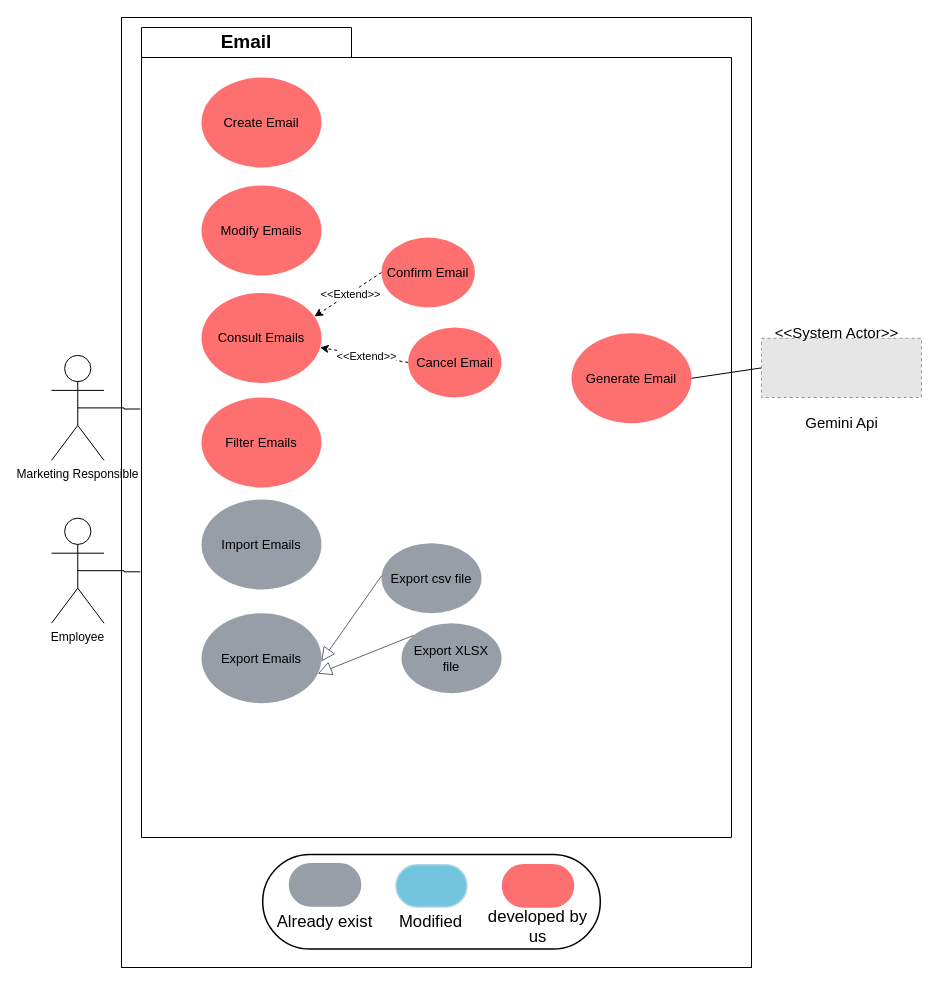
oarouay/CV keeps this draw.io diagram as Socialmedia.drawio. Above is the earlier version. Source tidied: cells renumbered, new cells numbered last; positions are measured from the earlier drawing's top-left corner, leaving out a move shared by most shapes. Both pictures are drawn from the tidied source at 100%, with x=0, y=0 at pixel (51, 17). Pictures stored in the file or linked from it are replaced by grey dashed boxes.
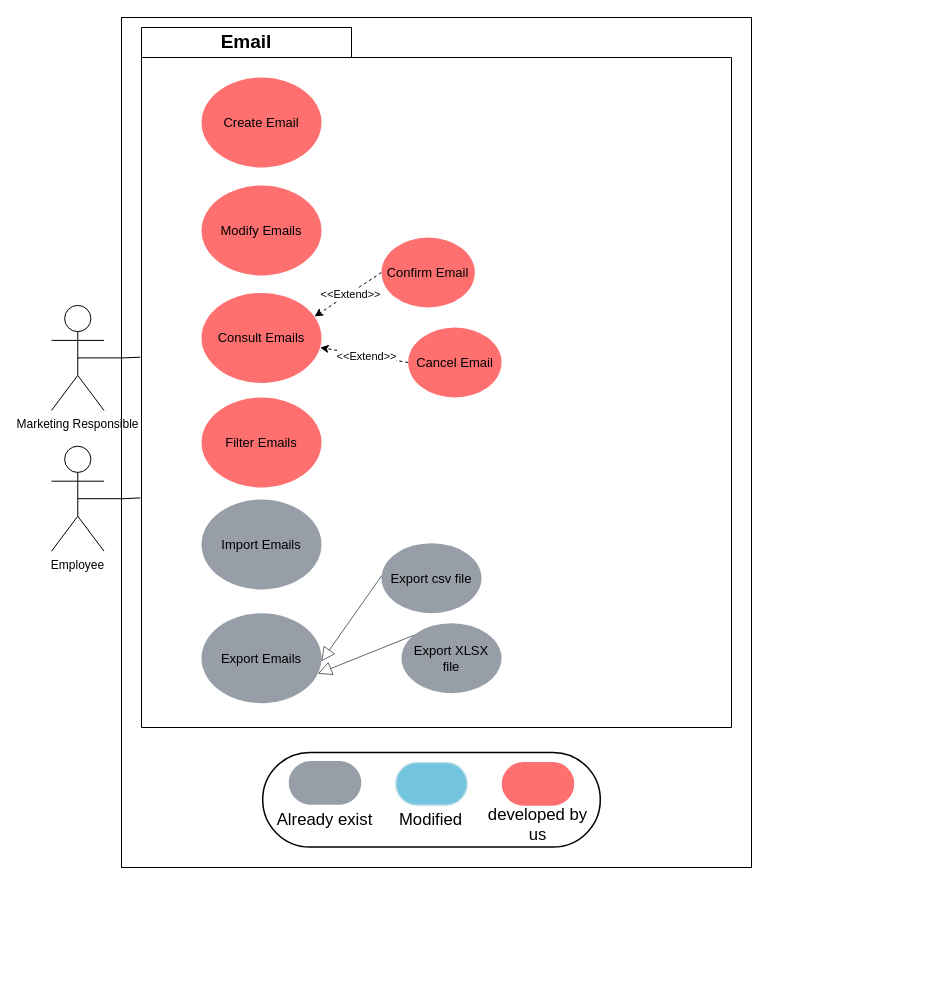
After the change.

The edit, as a diff of the source:
```diff
@@
     <mxCell id="2" style="rounded=0;whiteSpace=wrap;html=1;" parent="1" vertex="1">
-      <mxGeometry x="70" width="630" height="950" as="geometry" />
+      <mxGeometry x="70" width="630" height="850" as="geometry" />
     </mxCell>
     <mxCell id="3" value="Email" style="shape=folder;fontStyle=1;tabWidth=210;tabHeight=30;tabPosition=left;html=1;boundedLbl=1;labelInHeader=1;whiteSpace=wrap;fontSize=19;" parent="1" vertex="1">
-      <mxGeometry x="90" y="10" width="590" height="810" as="geometry" />
+      <mxGeometry x="90" y="10" width="590" height="700" as="geometry" />
     </mxCell>
     <mxCell id="4" value="Marketing Responsible" style="shape=umlActor;verticalLabelPosition=bottom;verticalAlign=top;html=1;outlineConnect=0;" parent="1" vertex="1">
-      <mxGeometry y="337.9" width="52.5" height="105" as="geometry" />
+      <mxGeometry y="287.9" width="52.5" height="105" as="geometry" />
     </mxCell>
@@
     <mxCell id="7" style="html=1;overflow=block;blockSpacing=1;whiteSpace=wrap;fontSize=16.7;fontColor=default;spacing=3.8;strokeOpacity=100;fillOpacity=100;rounded=1;absoluteArcSize=1;arcSize=162;fillColor=#ffffff;strokeWidth=1.5;lucidId=qHtdmG4HjMHo;" parent="1" vertex="1">
-      <mxGeometry x="211.2" y="837" width="337.6" height="94.5" as="geometry" />
+      <mxGeometry x="211.2" y="735" width="337.6" height="94.5" as="geometry" />
     </mxCell>
@@
     <mxCell id="22" value="Employee" style="shape=umlActor;verticalLabelPosition=bottom;verticalAlign=top;html=1;outlineConnect=0;" parent="1" vertex="1">
-      <mxGeometry y="500.7" width="52.5" height="105" as="geometry" />
+      <mxGeometry y="428.7" width="52.5" height="105" as="geometry" />
     </mxCell>
@@
-    <mxCell id="24" value="Generate Email" style="html=1;overflow=block;blockSpacing=1;whiteSpace=wrap;ellipse;fontSize=13;spacing=3.8;strokeOpacity=0;fillOpacity=100;rounded=1;absoluteArcSize=1;arcSize=9;fillColor=#fe7070;strokeWidth=1.5;lucidId=~xIeha3OeAVz;" parent="1" vertex="1">
-      <mxGeometry x="520" y="315.8" width="120" height="90" as="geometry" />
-    </mxCell>
@@
-    <mxCell id="29" style="rounded=0;jettySize=auto;html=1;exitX=0;exitY=0.5;exitDx=0;exitDy=0;entryX=1;entryY=0.5;entryDx=0;entryDy=0;endArrow=none;startFill=0;" parent="1" edge="1" source="30" target="24">
-      <mxGeometry relative="1" as="geometry" />
-    </mxCell>
-    <mxCell id="30" style="fillColor=#E6E6E6;strokeColor=#999999;dashed=1;verticalLabelPosition=bottom;labelBackgroundColor=default;verticalAlign=top;" parent="1" vertex="1">
-      <mxGeometry x="710" y="320.8" width="160" height="59.2" as="geometry" />
-    </mxCell>
-    <mxCell id="31" value="&lt;font style=&quot;font-size: 15px;&quot;&gt;Gemini Api&lt;/font&gt;" style="text;html=1;align=center;verticalAlign=middle;strokeColor=none;fillColor=none;" parent="1" vertex="1">
-      <mxGeometry x="740" y="390" width="100" height="30" as="geometry" />
-    </mxCell>
-    <mxCell id="32" value="&lt;span style=&quot;font-size: 15px;&quot;&gt;&amp;lt;&amp;lt;System Actor&amp;gt;&amp;gt;&lt;/span&gt;" style="text;html=1;align=center;verticalAlign=middle;strokeColor=none;fillColor=none;" parent="1" vertex="1">
-      <mxGeometry x="710" y="300" width="150" height="30" as="geometry" />
-    </mxCell>
```
